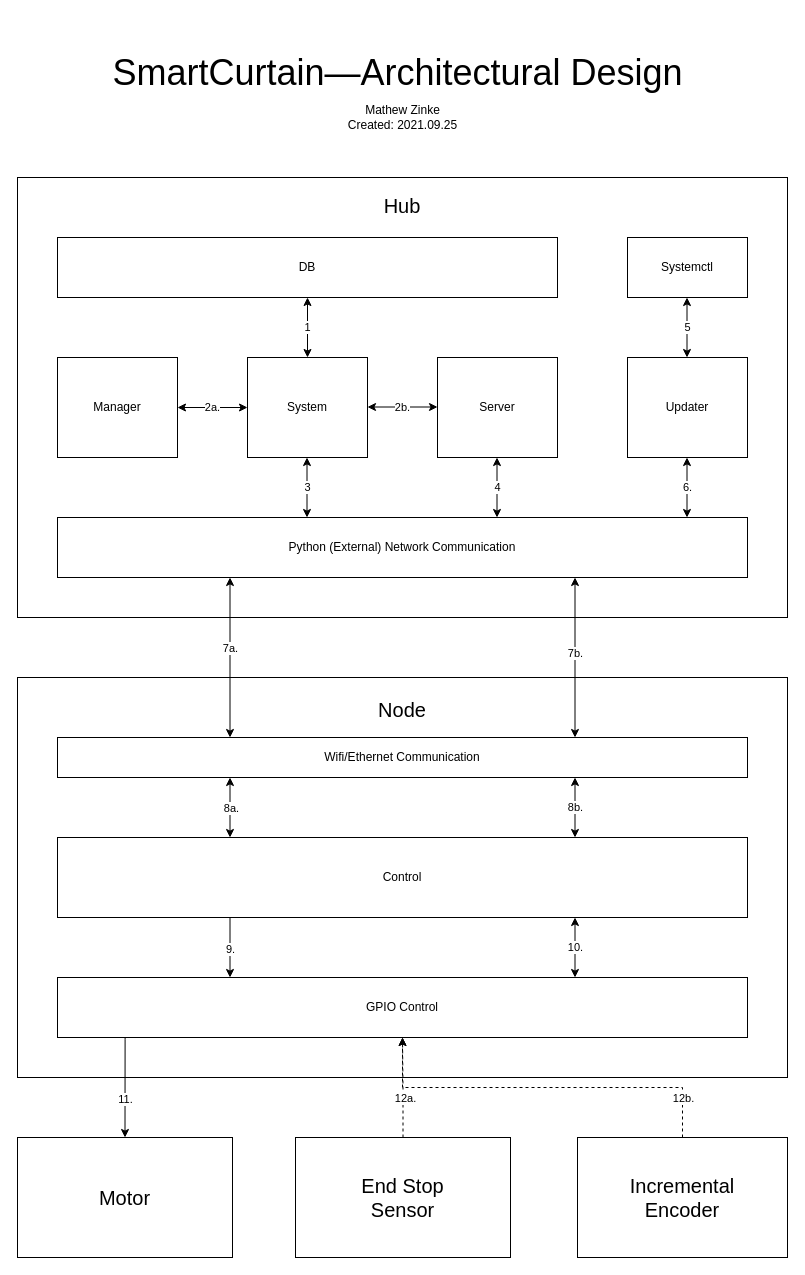
Before: Documentation/DrawIO/ADS.drawio in MPZinke/SmartCurtain, a draw.io diagram. Source tidied: cells renumbered, new cells numbered last; positions are measured from the earlier drawing's top-left corner, leaving out a move shared by most shapes. Both pictures are drawn from the tidied source at 100%, with x=0, y=0 at pixel (17, 57).
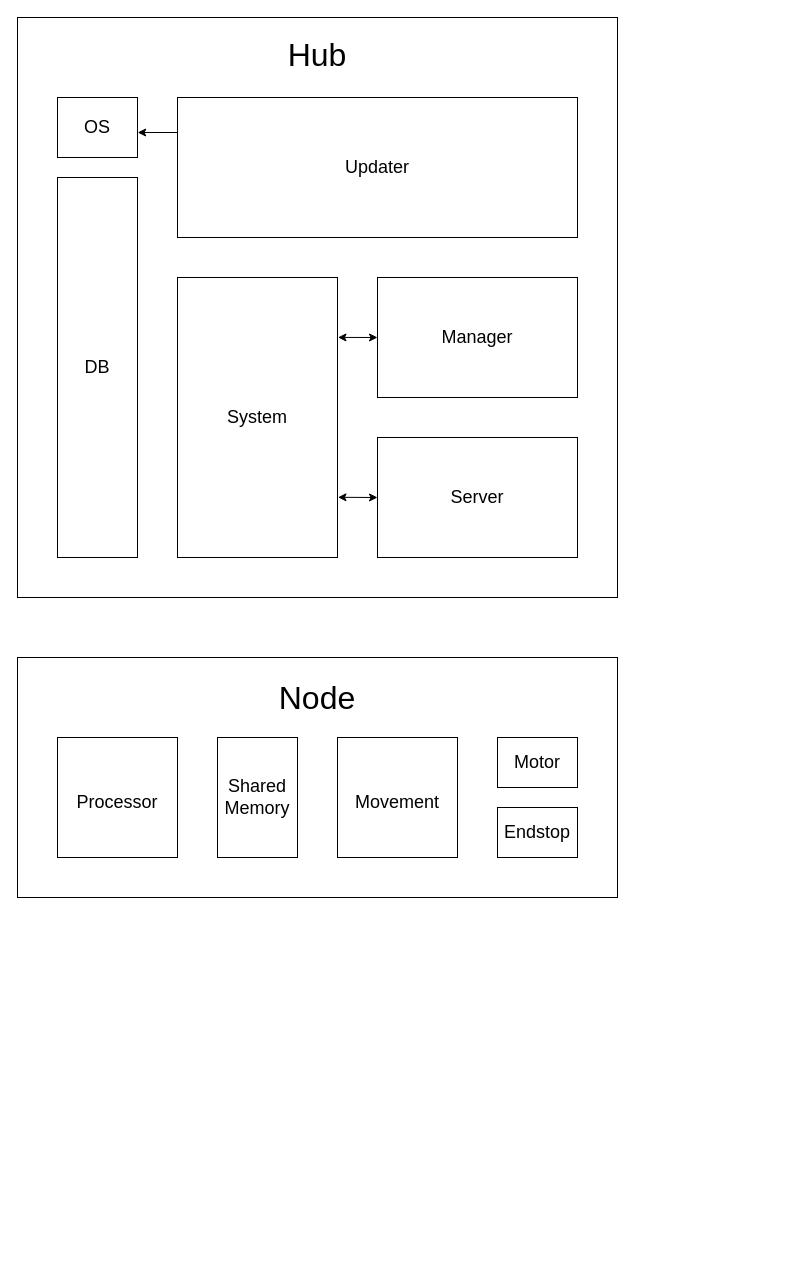
The same page after the edit.

What changed in the source:
```diff
@@
-    <mxCell id="2" value="&lt;font style=&quot;font-size: 20px&quot;&gt;Hub&lt;br&gt;&lt;br&gt;&lt;br&gt;&lt;br&gt;&lt;br&gt;&lt;br&gt;&lt;br&gt;&lt;br&gt;&lt;br&gt;&lt;br&gt;&lt;br&gt;&lt;br&gt;&lt;br&gt;&lt;br&gt;&lt;br&gt;&lt;br&gt;&lt;br&gt;&lt;/font&gt;" style="rounded=0;whiteSpace=wrap;html=1;" parent="1" vertex="1">
-      <mxGeometry y="120" width="770" height="440" as="geometry" />
+    <mxCell id="2" value="&lt;div&gt;&lt;font style=&quot;font-size: 32px;&quot;&gt;Hub&lt;/font&gt;&lt;/div&gt;&lt;div&gt;&lt;br&gt;&lt;/div&gt;&lt;div&gt;&lt;br&gt;&lt;/div&gt;&lt;div&gt;&lt;br&gt;&lt;/div&gt;&lt;div&gt;&lt;br&gt;&lt;/div&gt;&lt;div&gt;&lt;br&gt;&lt;/div&gt;&lt;div&gt;&lt;br&gt;&lt;/div&gt;&lt;div&gt;&lt;br&gt;&lt;/div&gt;&lt;div&gt;&lt;br&gt;&lt;/div&gt;&lt;div&gt;&lt;br&gt;&lt;/div&gt;&lt;div&gt;&lt;br&gt;&lt;/div&gt;&lt;div&gt;&lt;br&gt;&lt;/div&gt;&lt;div&gt;&lt;br&gt;&lt;/div&gt;&lt;div&gt;&lt;br&gt;&lt;/div&gt;&lt;div&gt;&lt;br&gt;&lt;/div&gt;&lt;div&gt;&lt;br&gt;&lt;/div&gt;&lt;div&gt;&lt;br&gt;&lt;/div&gt;&lt;div&gt;&lt;br&gt;&lt;/div&gt;&lt;div&gt;&lt;br&gt;&lt;/div&gt;&lt;div&gt;&lt;br&gt;&lt;/div&gt;&lt;div&gt;&lt;br&gt;&lt;/div&gt;&lt;div&gt;&lt;br&gt;&lt;/div&gt;&lt;div&gt;&lt;br&gt;&lt;/div&gt;&lt;div&gt;&lt;br&gt;&lt;/div&gt;&lt;div&gt;&lt;br&gt;&lt;/div&gt;&lt;div&gt;&lt;br&gt;&lt;/div&gt;&lt;div&gt;&lt;br&gt;&lt;/div&gt;&lt;div&gt;&lt;br&gt;&lt;/div&gt;&lt;div&gt;&lt;br&gt;&lt;/div&gt;&lt;div&gt;&lt;br&gt;&lt;/div&gt;&lt;div&gt;&lt;br&gt;&lt;/div&gt;&lt;div&gt;&lt;br&gt;&lt;/div&gt;&lt;div&gt;&lt;br&gt;&lt;/div&gt;&lt;div&gt;&lt;br&gt;&lt;/div&gt;&lt;div&gt;&lt;br&gt;&lt;/div&gt;&lt;div&gt;&lt;br&gt;&lt;/div&gt;" style="rounded=0;whiteSpace=wrap;html=1;" parent="1" vertex="1">
+      <mxGeometry y="-40" width="600" height="580" as="geometry" />
     </mxCell>
+    <mxCell id="6" value="&lt;font style=&quot;font-size: 18px;&quot;&gt;DB&lt;/font&gt;" style="rounded=0;whiteSpace=wrap;html=1;" parent="1" vertex="1">
+      <mxGeometry x="40" y="120" width="80" height="380" as="geometry" />
+    </mxCell>
-    <mxCell id="3" value="System" style="rounded=0;whiteSpace=wrap;html=1;" parent="1" vertex="1">
-      <mxGeometry x="230" y="300" width="120" height="100" as="geometry" />
+    <mxCell id="3" value="&lt;font style=&quot;font-size: 18px;&quot;&gt;System&lt;/font&gt;" style="rounded=0;whiteSpace=wrap;html=1;" parent="1" vertex="1">
+      <mxGeometry x="160" y="220" width="160" height="280" as="geometry" />
     </mxCell>
+    <mxCell id="43" value="&lt;font style=&quot;font-size: 18px;&quot;&gt;OS&lt;/font&gt;" style="rounded=0;whiteSpace=wrap;html=1;" parent="1" vertex="1">
+      <mxGeometry x="40" y="40" width="80" height="60" as="geometry" />
+    </mxCell>
+    <mxCell id="44" style="edgeStyle=orthogonalEdgeStyle;rounded=0;jettySize=auto;html=1;exitX=0;exitY=0.25;exitDx=0;exitDy=0;entryX=1.003;entryY=0.593;entryDx=0;entryDy=0;entryPerimeter=0;fontSize=32;" parent="1" edge="1" source="34" target="43">
+      <mxGeometry relative="1" as="geometry" />
+    </mxCell>
+    <mxCell id="34" value="&lt;font style=&quot;font-size: 18px;&quot;&gt;Updater&lt;/font&gt;" style="rounded=0;whiteSpace=wrap;html=1;" parent="1" vertex="1">
+      <mxGeometry x="160" y="40" width="400" height="140" as="geometry" />
+    </mxCell>
-    <mxCell id="4" value="Server" style="rounded=0;whiteSpace=wrap;html=1;" parent="1" vertex="1">
-      <mxGeometry x="420" y="300" width="120" height="100" as="geometry" />
+    <mxCell id="4" value="&lt;font style=&quot;font-size: 18px;&quot;&gt;Server&lt;/font&gt;" style="rounded=0;whiteSpace=wrap;html=1;" parent="1" vertex="1">
+      <mxGeometry x="360" y="380" width="200" height="120" as="geometry" />
     </mxCell>
-    <mxCell id="5" value="Manager" style="rounded=0;whiteSpace=wrap;html=1;" parent="1" vertex="1">
-      <mxGeometry x="40" y="300" width="120" height="100" as="geometry" />
+    <mxCell id="5" value="&lt;font style=&quot;font-size: 18px;&quot;&gt;Manager&lt;/font&gt;" style="rounded=0;whiteSpace=wrap;html=1;" parent="1" vertex="1">
+      <mxGeometry x="360" y="220" width="200" height="120" as="geometry" />
     </mxCell>
-    <mxCell id="6" value="DB" style="rounded=0;whiteSpace=wrap;html=1;" parent="1" vertex="1">
-      <mxGeometry x="40" y="180" width="500" height="60" as="geometry" />
-    </mxCell>
-    <mxCell id="7" value="Python (External) Network Communication" style="rounded=0;whiteSpace=wrap;html=1;" parent="1" vertex="1">
-      <mxGeometry x="40" y="460" width="690" height="60" as="geometry" />
-    </mxCell>
+    <mxCell id="39" style="endArrow=classic;startArrow=classic;html=1;rounded=0;fontSize=32;exitX=0;exitY=0.5;exitDx=0;exitDy=0;entryX=1.003;entryY=0.214;entryDx=0;entryDy=0;entryPerimeter=0;" parent="1" edge="1" source="5" target="3">
+      <mxGeometry relative="1" as="geometry" />
+    </mxCell>
+    <mxCell id="45" style="endArrow=classic;startArrow=classic;html=1;rounded=0;fontSize=32;entryX=0;entryY=0.5;entryDx=0;entryDy=0;exitX=1.003;exitY=0.785;exitDx=0;exitDy=0;exitPerimeter=0;" parent="1" edge="1" source="3" target="4">
+      <mxGeometry relative="1" as="geometry" />
+    </mxCell>
-    <mxCell id="8" value="&lt;font style=&quot;font-size: 20px&quot;&gt;Node&lt;br&gt;&lt;br&gt;&lt;br&gt;&lt;br&gt;&lt;br&gt;&lt;br&gt;&lt;br&gt;&lt;br&gt;&lt;br&gt;&lt;br&gt;&lt;br&gt;&lt;br&gt;&lt;br&gt;&lt;br&gt;&lt;br&gt;&lt;/font&gt;" style="rounded=0;whiteSpace=wrap;html=1;" parent="1" vertex="1">
-      <mxGeometry y="620" width="770" height="400" as="geometry" />
+    <mxCell id="8" value="&lt;div&gt;Node&lt;/div&gt;&lt;div style=&quot;font-size: 12px;&quot;&gt;&lt;br&gt;&lt;/div&gt;&lt;div style=&quot;font-size: 12px;&quot;&gt;&lt;br&gt;&lt;/div&gt;&lt;div style=&quot;font-size: 12px;&quot;&gt;&lt;br&gt;&lt;/div&gt;&lt;div style=&quot;font-size: 12px;&quot;&gt;&lt;br&gt;&lt;/div&gt;&lt;div style=&quot;font-size: 12px;&quot;&gt;&lt;br&gt;&lt;/div&gt;&lt;div style=&quot;font-size: 12px;&quot;&gt;&lt;br&gt;&lt;/div&gt;&lt;div style=&quot;font-size: 12px;&quot;&gt;&lt;br&gt;&lt;/div&gt;&lt;div style=&quot;font-size: 12px;&quot;&gt;&lt;br&gt;&lt;/div&gt;&lt;div style=&quot;font-size: 12px;&quot;&gt;&lt;br&gt;&lt;/div&gt;&lt;div style=&quot;font-size: 12px;&quot;&gt;&lt;br&gt;&lt;/div&gt;&lt;div style=&quot;font-size: 12px;&quot;&gt;&lt;br&gt;&lt;/div&gt;" style="rounded=0;whiteSpace=wrap;html=1;fontSize=32;" parent="1" vertex="1">
+      <mxGeometry y="600" width="600" height="240" as="geometry" />
     </mxCell>
-    <mxCell id="9" value="Wifi/Ethernet Communication" style="rounded=0;whiteSpace=wrap;html=1;" parent="1" vertex="1">
-      <mxGeometry x="40" y="680" width="690" height="40" as="geometry" />
-    </mxCell>
-    <mxCell id="10" style="edgeStyle=orthogonalEdgeStyle;rounded=0;jettySize=auto;html=1;exitX=0.25;exitY=1;exitDx=0;exitDy=0;entryX=0.25;entryY=0;entryDx=0;entryDy=0;" parent="1" edge="1" source="12" target="13">
-      <mxGeometry relative="1" as="geometry" />
-    </mxCell>
-    <mxCell id="11" value="9." style="edgeLabel;html=1;align=center;verticalAlign=middle;" parent="10" vertex="1">
-      <mxGeometry x="0.02" relative="1" as="geometry" />
-    </mxCell>
-    <mxCell id="12" value="Control" style="rounded=0;whiteSpace=wrap;html=1;" parent="1" vertex="1">
-      <mxGeometry x="40" y="780" width="690" height="80" as="geometry" />
-    </mxCell>
-    <mxCell id="13" value="GPIO Control" style="rounded=0;whiteSpace=wrap;html=1;" parent="1" vertex="1">
-      <mxGeometry x="40" y="920" width="690" height="60" as="geometry" />
-    </mxCell>
-    <mxCell id="14" style="edgeStyle=orthogonalEdgeStyle;rounded=0;jettySize=auto;html=1;exitX=0.098;exitY=1.002;exitDx=0;exitDy=0;exitPerimeter=0;entryX=0.5;entryY=0;entryDx=0;entryDy=0;" parent="1" edge="1" source="13" target="16">
-      <mxGeometry relative="1" as="geometry">
-        <Array as="points">
-          <mxPoint x="108" y="982" />
-          <mxPoint x="107" y="982" />
-        </Array>
-      </mxGeometry>
-    </mxCell>
-    <mxCell id="15" value="11." style="edgeLabel;html=1;align=center;verticalAlign=middle;" parent="14" vertex="1">
-      <mxGeometry x="0.23" relative="1" as="geometry" />
-    </mxCell>
+    <mxCell id="46" value="&lt;font style=&quot;font-size: 18px;&quot;&gt;Proces&lt;font style=&quot;font-size: 18px;&quot;&gt;s&lt;/font&gt;&lt;/font&gt;&lt;font style=&quot;font-size: 18px;&quot;&gt;or&lt;/font&gt;" style="rounded=0;whiteSpace=wrap;html=1;fontSize=32;" parent="1" vertex="1">
+      <mxGeometry x="40" y="680" width="120" height="120" as="geometry" />
+    </mxCell>
+    <mxCell id="47" value="&lt;font style=&quot;font-size: 18px;&quot;&gt;Movement&lt;/font&gt;" style="rounded=0;whiteSpace=wrap;html=1;fontSize=32;" parent="1" vertex="1">
+      <mxGeometry x="320" y="680" width="120" height="120" as="geometry" />
+    </mxCell>
+    <mxCell id="48" value="Shared Memory" style="rounded=0;whiteSpace=wrap;html=1;fontSize=18;" parent="1" vertex="1">
+      <mxGeometry x="200" y="680" width="80" height="120" as="geometry" />
+    </mxCell>
-    <mxCell id="16" value="&lt;font style=&quot;font-size: 20px&quot;&gt;Motor&lt;/font&gt;" style="rounded=0;whiteSpace=wrap;html=1;" parent="1" vertex="1">
-      <mxGeometry y="1080" width="215" height="120" as="geometry" />
+    <mxCell id="16" value="Motor" style="rounded=0;whiteSpace=wrap;html=1;fontSize=18;" parent="1" vertex="1">
+      <mxGeometry x="480" y="680" width="80" height="50" as="geometry" />
     </mxCell>
-    <mxCell id="17" style="edgeStyle=orthogonalEdgeStyle;rounded=0;jettySize=auto;html=1;exitX=0.5;exitY=0;exitDx=0;exitDy=0;entryX=0.5;entryY=1;entryDx=0;entryDy=0;dashed=1;" parent="1" edge="1" source="19" target="13">
-      <mxGeometry relative="1" as="geometry" />
-    </mxCell>
-    <mxCell id="18" value="12a." style="edgeLabel;html=1;align=center;verticalAlign=middle;" parent="17" vertex="1">
-      <mxGeometry x="-0.2" y="-2" relative="1" as="geometry" />
-    </mxCell>
-    <mxCell id="19" value="&lt;span style=&quot;font-size: 20px&quot;&gt;End Stop&lt;br&gt;Sensor&lt;br&gt;&lt;/span&gt;" style="rounded=0;whiteSpace=wrap;html=1;" parent="1" vertex="1">
-      <mxGeometry x="278" y="1080" width="215" height="120" as="geometry" />
-    </mxCell>
-    <mxCell id="20" style="edgeStyle=orthogonalEdgeStyle;rounded=0;jettySize=auto;html=1;exitX=0.5;exitY=0;exitDx=0;exitDy=0;dashed=1;" parent="1" edge="1" source="22" target="13">
-      <mxGeometry relative="1" as="geometry" />
-    </mxCell>
-    <mxCell id="21" value="12b." style="edgeLabel;html=1;align=center;verticalAlign=middle;" parent="20" vertex="1">
-      <mxGeometry x="-0.79" relative="1" as="geometry" />
-    </mxCell>
-    <mxCell id="22" value="&lt;span style=&quot;font-size: 20px&quot;&gt;Incremental &lt;br&gt;Encoder&lt;br&gt;&lt;/span&gt;" style="rounded=0;whiteSpace=wrap;html=1;" parent="1" vertex="1">
-      <mxGeometry x="560" y="1080" width="210" height="120" as="geometry" />
-    </mxCell>
-    <mxCell id="23" style="endArrow=classic;startArrow=classic;html=1;exitX=0.75;exitY=0;exitDx=0;exitDy=0;entryX=0.75;entryY=1;entryDx=0;entryDy=0;" parent="1" edge="1" source="9" target="7">
-      <mxGeometry relative="1" as="geometry" />
-    </mxCell>
-    <mxCell id="24" value="7b." style="edgeLabel;html=1;align=center;verticalAlign=middle;" parent="23" vertex="1">
-      <mxGeometry x="0.06" relative="1" as="geometry" />
-    </mxCell>
-    <mxCell id="25" style="endArrow=classic;startArrow=classic;html=1;exitX=0.25;exitY=0;exitDx=0;exitDy=0;entryX=0.25;entryY=1;entryDx=0;entryDy=0;" parent="1" edge="1" source="9" target="7">
-      <mxGeometry relative="1" as="geometry" />
-    </mxCell>
-    <mxCell id="26" value="7a." style="edgeLabel;html=1;align=center;verticalAlign=middle;" parent="25" vertex="1">
-      <mxGeometry x="0.12" relative="1" as="geometry" />
-    </mxCell>
-    <mxCell id="27" style="endArrow=classic;startArrow=classic;html=1;entryX=0.25;entryY=1;entryDx=0;entryDy=0;exitX=0.25;exitY=0;exitDx=0;exitDy=0;" parent="1" edge="1" source="12" target="9">
-      <mxGeometry relative="1" as="geometry" />
-    </mxCell>
-    <mxCell id="28" value="8a." style="edgeLabel;html=1;align=center;verticalAlign=middle;" parent="27" vertex="1">
-      <mxGeometry x="0.01" y="-1" relative="1" as="geometry" />
-    </mxCell>
-    <mxCell id="29" style="endArrow=classic;startArrow=classic;html=1;entryX=0.75;entryY=1;entryDx=0;entryDy=0;exitX=0.75;exitY=0;exitDx=0;exitDy=0;" parent="1" edge="1" source="12" target="9">
-      <mxGeometry relative="1" as="geometry" />
-    </mxCell>
-    <mxCell id="30" value="8b." style="edgeLabel;html=1;align=center;verticalAlign=middle;" parent="29" vertex="1">
-      <mxGeometry x="0.04" relative="1" as="geometry" />
-    </mxCell>
-    <mxCell id="31" value="10." style="endArrow=classic;startArrow=classic;html=1;entryX=0.75;entryY=1;entryDx=0;entryDy=0;exitX=0.75;exitY=0;exitDx=0;exitDy=0;" parent="1" edge="1" source="13" target="12">
-      <mxGeometry relative="1" as="geometry" />
-    </mxCell>
-    <mxCell id="32" value="&lt;font style=&quot;font-size: 36px&quot;&gt;SmartCurtain—Architectural Design&amp;nbsp;&lt;/font&gt;" style="text;html=1;align=center;verticalAlign=middle;strokeColor=none;fillColor=none;" parent="1" vertex="1">
-      <mxGeometry x="85" width="600" height="30" as="geometry" />
-    </mxCell>
-    <mxCell id="33" value="Mathew Zinke&lt;br&gt;Created: 2021.09.25" style="text;html=1;align=center;verticalAlign=middle;strokeColor=none;fillColor=none;" parent="1" vertex="1">
-      <mxGeometry x="325" y="45" width="120" height="30" as="geometry" />
-    </mxCell>
-    <mxCell id="34" value="Updater" style="rounded=0;whiteSpace=wrap;html=1;" parent="1" vertex="1">
-      <mxGeometry x="610" y="300" width="120" height="100" as="geometry" />
-    </mxCell>
-    <mxCell id="35" value="Systemctl" style="rounded=0;whiteSpace=wrap;html=1;" parent="1" vertex="1">
-      <mxGeometry x="610" y="180" width="120" height="60" as="geometry" />
-    </mxCell>
-    <mxCell id="36" value="1" style="endArrow=classic;startArrow=classic;html=1;rounded=0;entryX=0.5;entryY=1;entryDx=0;entryDy=0;exitX=0.5;exitY=0;exitDx=0;exitDy=0;" parent="1" edge="1" source="3" target="6">
-      <mxGeometry relative="1" as="geometry" />
-    </mxCell>
-    <mxCell id="37" value="3" style="endArrow=classic;startArrow=classic;html=1;rounded=0;entryX=0.5;entryY=1;entryDx=0;entryDy=0;exitX=0.5;exitY=0;exitDx=0;exitDy=0;" parent="1" edge="1">
-      <mxGeometry relative="1" as="geometry">
-        <mxPoint x="289.5" y="460" as="sourcePoint" />
-        <mxPoint x="289.5" y="400" as="targetPoint" />
-      </mxGeometry>
-    </mxCell>
-    <mxCell id="38" value="4" style="endArrow=classic;startArrow=classic;html=1;rounded=0;entryX=0.5;entryY=1;entryDx=0;entryDy=0;exitX=0.5;exitY=0;exitDx=0;exitDy=0;" parent="1" edge="1">
-      <mxGeometry relative="1" as="geometry">
-        <mxPoint x="479.5" y="460" as="sourcePoint" />
-        <mxPoint x="479.5" y="400" as="targetPoint" />
-      </mxGeometry>
-    </mxCell>
-    <mxCell id="39" value="2a." style="endArrow=classic;startArrow=classic;html=1;rounded=0;entryX=0;entryY=0.5;entryDx=0;entryDy=0;exitX=1;exitY=0.5;exitDx=0;exitDy=0;" parent="1" edge="1" source="5" target="3">
-      <mxGeometry relative="1" as="geometry" />
-    </mxCell>
-    <mxCell id="40" value="2b." style="endArrow=classic;startArrow=classic;html=1;rounded=0;entryX=0;entryY=0.5;entryDx=0;entryDy=0;exitX=1;exitY=0.5;exitDx=0;exitDy=0;" parent="1" edge="1">
-      <mxGeometry relative="1" as="geometry">
-        <mxPoint x="350" y="349.5" as="sourcePoint" />
-        <mxPoint x="420" y="349.5" as="targetPoint" />
-      </mxGeometry>
-    </mxCell>
-    <mxCell id="41" value="5" style="endArrow=classic;startArrow=classic;html=1;rounded=0;entryX=0.5;entryY=1;entryDx=0;entryDy=0;exitX=0.5;exitY=0;exitDx=0;exitDy=0;" parent="1" edge="1">
-      <mxGeometry relative="1" as="geometry">
-        <mxPoint x="669.5" y="300" as="sourcePoint" />
-        <mxPoint x="669.5" y="240" as="targetPoint" />
-      </mxGeometry>
-    </mxCell>
-    <mxCell id="42" value="6." style="endArrow=classic;startArrow=classic;html=1;rounded=0;entryX=0.5;entryY=1;entryDx=0;entryDy=0;exitX=0.5;exitY=0;exitDx=0;exitDy=0;" parent="1" edge="1">
-      <mxGeometry relative="1" as="geometry">
-        <mxPoint x="669.5" y="460" as="sourcePoint" />
-        <mxPoint x="669.5" y="400" as="targetPoint" />
-      </mxGeometry>
-    </mxCell>
+    <mxCell id="49" value="Endstop" style="rounded=0;whiteSpace=wrap;html=1;fontSize=18;" parent="1" vertex="1">
+      <mxGeometry x="480" y="750" width="80" height="50" as="geometry" />
+    </mxCell>
```
